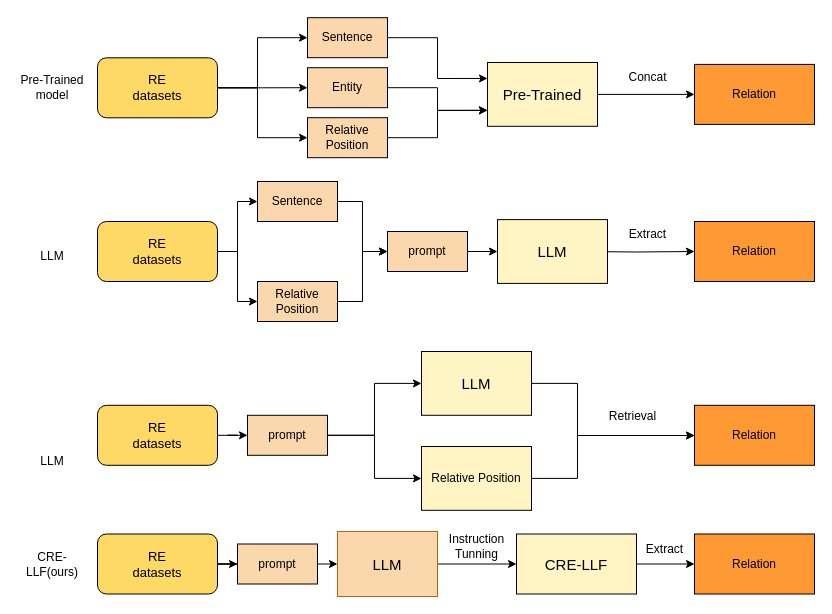
Before: Figure1.drawio in SkyuForever/CRE-LLM, a draw.io diagram. Source tidied: cells renumbered, new cells numbered last; positions are measured from the earlier drawing's top-left corner, leaving out a move shared by most shapes. Both pictures are drawn from the tidied source at 100%, with x=0, y=0 at pixel (17, 17).
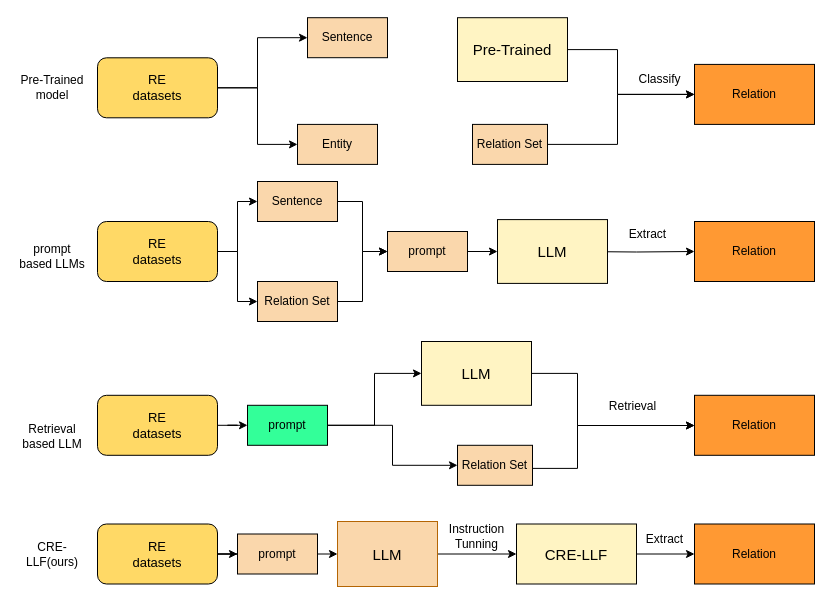
After the change.

Unchanged cells that the change refers to:
```xml
<mxCell id="12" value="&lt;font style=&quot;font-size: 13px;&quot;&gt;RE&lt;br&gt;datasets&lt;/font&gt;" style="rounded=1;whiteSpace=wrap;html=1;fillColor=#FFD966;gradientColor=none;" parent="1" vertex="1">
  <mxGeometry x="80" y="40.3" width="120" height="60" as="geometry" />
</mxCell>
<mxCell id="14" value="Sentence" style="rounded=0;whiteSpace=wrap;html=1;fillColor=#FAD7AC;strokeColor=#000000;" parent="1" vertex="1">
  <mxGeometry x="290" y="0.2" width="80" height="40" as="geometry" />
</mxCell>
<mxCell id="21" value="Relation" style="whiteSpace=wrap;html=1;rounded=0;fillColor=#FF9933;" parent="1" vertex="1">
  <mxGeometry x="677" y="46.9" width="120" height="60" as="geometry" />
</mxCell>
```

The edit, as a diff of the source:
```diff
@@
     <mxCell id="3" value="&lt;font style=&quot;font-size: 13px;&quot;&gt;RE&lt;br&gt;datasets&lt;/font&gt;" style="rounded=1;whiteSpace=wrap;html=1;fillColor=#FFD966;gradientColor=none;" parent="1" vertex="1">
-      <mxGeometry x="80" y="516.5" width="120" height="60" as="geometry" />
+      <mxGeometry x="80" y="506.5" width="120" height="60" as="geometry" />
     </mxCell>
     <mxCell id="4" value="&lt;font style=&quot;font-size: 12px;&quot;&gt;Instruction &lt;br&gt;Tunning&lt;/font&gt;" style="text;html=1;align=center;verticalAlign=middle;strokeColor=none;fillColor=none;" parent="1" vertex="1">
-      <mxGeometry x="419" y="509" width="80" height="40" as="geometry" />
+      <mxGeometry x="419" y="499" width="80" height="40" as="geometry" />
     </mxCell>
@@
     <mxCell id="6" value="&lt;font style=&quot;font-size: 15px;&quot;&gt;CRE-LLF&lt;/font&gt;" style="rounded=0;whiteSpace=wrap;html=1;fillColor=#FFF4C3;" parent="1" vertex="1">
-      <mxGeometry x="499" y="516.5" width="120" height="60" as="geometry" />
+      <mxGeometry x="499" y="506.5" width="120" height="60" as="geometry" />
     </mxCell>
     <mxCell id="7" value="CRE-LLF(ours)" style="text;html=1;strokeColor=none;fillColor=none;align=center;verticalAlign=middle;whiteSpace=wrap;rounded=0;" parent="1" vertex="1">
-      <mxGeometry y="531.5" width="70" height="30" as="geometry" />
+      <mxGeometry y="521.5" width="70" height="30" as="geometry" />
     </mxCell>
@@
-    <mxCell id="10" style="edgeStyle=orthogonalEdgeStyle;rounded=0;jettySize=auto;html=1;exitX=1;exitY=0.5;exitDx=0;exitDy=0;" parent="1" edge="1" source="12" target="18">
-      <mxGeometry relative="1" as="geometry">
-        <Array as="points">
-          <mxPoint x="240" y="120.2" />
-        </Array>
-      </mxGeometry>
-    </mxCell>
@@
-    <mxCell id="13" style="edgeStyle=orthogonalEdgeStyle;rounded=0;jettySize=auto;html=1;exitX=1;exitY=0.5;exitDx=0;exitDy=0;entryX=0;entryY=0.25;entryDx=0;entryDy=0;" parent="1" edge="1" source="14" target="20">
-      <mxGeometry relative="1" as="geometry" />
-    </mxCell>
@@
-    <mxCell id="15" style="edgeStyle=orthogonalEdgeStyle;rounded=0;jettySize=auto;html=1;exitX=1;exitY=0.5;exitDx=0;exitDy=0;entryX=0;entryY=0.75;entryDx=0;entryDy=0;" parent="1" edge="1" source="16" target="20">
-      <mxGeometry relative="1" as="geometry" />
-    </mxCell>
     <mxCell id="16" value="Entity" style="rounded=0;whiteSpace=wrap;html=1;fillColor=#FAD7AC;" parent="1" vertex="1">
-      <mxGeometry x="290" y="50.2" width="80" height="40" as="geometry" />
+      <mxGeometry x="280" y="106.9" width="80" height="40" as="geometry" />
     </mxCell>
-    <mxCell id="17" style="edgeStyle=orthogonalEdgeStyle;rounded=0;jettySize=auto;html=1;exitX=1;exitY=0.5;exitDx=0;exitDy=0;entryX=0;entryY=0.75;entryDx=0;entryDy=0;" parent="1" edge="1" source="18" target="20">
-      <mxGeometry relative="1" as="geometry" />
-    </mxCell>
-    <mxCell id="18" value="Relative Position" style="rounded=0;whiteSpace=wrap;html=1;fillColor=#FAD7AC;" parent="1" vertex="1">
-      <mxGeometry x="290" y="100.2" width="80" height="40" as="geometry" />
-    </mxCell>
     <mxCell id="19" style="edgeStyle=orthogonalEdgeStyle;rounded=0;jettySize=auto;html=1;exitX=1;exitY=0.5;exitDx=0;exitDy=0;entryX=0;entryY=0.5;entryDx=0;entryDy=0;" parent="1" edge="1" source="20" target="21">
-      <mxGeometry relative="1" as="geometry" />
+      <mxGeometry relative="1" as="geometry">
+        <Array as="points">
+          <mxPoint x="600" y="32" />
+          <mxPoint x="600" y="77" />
+        </Array>
+      </mxGeometry>
     </mxCell>
     <mxCell id="20" value="&lt;span style=&quot;font-size: 15px;&quot;&gt;Pre-Trained&lt;/span&gt;" style="rounded=0;whiteSpace=wrap;html=1;fillColor=#FFF4C3;" parent="1" vertex="1">
-      <mxGeometry x="470" y="45" width="110" height="63.8" as="geometry" />
+      <mxGeometry x="440" y="0.2" width="110" height="63.8" as="geometry" />
     </mxCell>
@@
-    <mxCell id="22" value="Concat" style="text;html=1;align=center;verticalAlign=middle;strokeColor=none;fillColor=none;" parent="1" vertex="1">
-      <mxGeometry x="600" y="45" width="60" height="30" as="geometry" />
+    <mxCell id="22" value="Classify" style="text;html=1;align=center;verticalAlign=middle;strokeColor=none;fillColor=none;" parent="1" vertex="1">
+      <mxGeometry x="607" y="46.9" width="70" height="30" as="geometry" />
     </mxCell>
     <mxCell id="23" value="Relation" style="whiteSpace=wrap;html=1;fillColor=#FF9933;rounded=0;" parent="1" vertex="1">
-      <mxGeometry x="677" y="516.5" width="120" height="60" as="geometry" />
+      <mxGeometry x="677" y="506.5" width="120" height="60" as="geometry" />
     </mxCell>
@@
-    <mxCell id="30" value="Relative Position" style="rounded=0;whiteSpace=wrap;html=1;fillColor=#FAD7AC;" parent="1" vertex="1">
+    <mxCell id="30" value="Relation Set" style="rounded=0;whiteSpace=wrap;html=1;fillColor=#FAD7AC;" parent="1" vertex="1">
       <mxGeometry x="240" y="264" width="80" height="40" as="geometry" />
     </mxCell>
@@
     <mxCell id="37" value="&lt;font style=&quot;font-size: 15px;&quot;&gt;LLM&lt;/font&gt;" style="rounded=0;whiteSpace=wrap;html=1;fillColor=#fad7ac;strokeColor=#b46504;" parent="1" vertex="1">
-      <mxGeometry x="320" y="514" width="100" height="65" as="geometry" />
+      <mxGeometry x="320" y="504" width="100" height="65" as="geometry" />
     </mxCell>
@@
     <mxCell id="39" value="prompt" style="rounded=0;whiteSpace=wrap;html=1;fillColor=#FAD7AC;" parent="1" vertex="1">
-      <mxGeometry x="220" y="526.5" width="80" height="40" as="geometry" />
+      <mxGeometry x="220" y="516.5" width="80" height="40" as="geometry" />
     </mxCell>
-    <mxCell id="40" value="LLM" style="text;html=1;strokeColor=none;fillColor=none;align=center;verticalAlign=middle;whiteSpace=wrap;rounded=0;" parent="1" vertex="1">
+    <mxCell id="40" value="prompt based LLMs" style="text;html=1;strokeColor=none;fillColor=none;align=center;verticalAlign=middle;whiteSpace=wrap;rounded=0;" parent="1" vertex="1">
       <mxGeometry y="224" width="70" height="30" as="geometry" />
     </mxCell>
@@
     <mxCell id="43" value="&lt;font style=&quot;font-size: 13px;&quot;&gt;RE&lt;br&gt;datasets&lt;/font&gt;" style="rounded=1;whiteSpace=wrap;html=1;fillColor=#FFD966;gradientColor=none;" parent="1" vertex="1">
-      <mxGeometry x="80" y="387.8" width="120" height="60" as="geometry" />
+      <mxGeometry x="80" y="377.8" width="120" height="60" as="geometry" />
     </mxCell>
     <mxCell id="44" value="Relation" style="whiteSpace=wrap;html=1;rounded=0;fillColor=#FF9933;" parent="1" vertex="1">
-      <mxGeometry x="677" y="387.8" width="120" height="60" as="geometry" />
+      <mxGeometry x="677" y="377.8" width="120" height="60" as="geometry" />
     </mxCell>
-    <mxCell id="45" style="edgeStyle=orthogonalEdgeStyle;rounded=0;jettySize=auto;html=1;exitX=1;exitY=0.5;exitDx=0;exitDy=0;entryX=0;entryY=0.5;entryDx=0;entryDy=0;" parent="1" edge="1" source="47" target="53">
-      <mxGeometry relative="1" as="geometry" />
-    </mxCell>
@@
+    <mxCell id="55" style="edgeStyle=orthogonalEdgeStyle;rounded=0;jettySize=auto;html=1;exitX=1;exitY=0.5;exitDx=0;exitDy=0;entryX=0;entryY=0.5;entryDx=0;entryDy=0;" parent="1" edge="1" source="47" target="58">
+      <mxGeometry relative="1" as="geometry" />
+    </mxCell>
-    <mxCell id="47" value="prompt" style="rounded=0;whiteSpace=wrap;html=1;fillColor=#FAD7AC;" parent="1" vertex="1">
-      <mxGeometry x="230" y="397.8" width="80" height="40" as="geometry" />
+    <mxCell id="47" value="prompt" style="rounded=0;whiteSpace=wrap;html=1;fillColor=#33FF99;" parent="1" vertex="1">
+      <mxGeometry x="230" y="387.8" width="80" height="40" as="geometry" />
     </mxCell>
-    <mxCell id="48" value="LLM" style="text;html=1;strokeColor=none;fillColor=none;align=center;verticalAlign=middle;whiteSpace=wrap;rounded=0;" parent="1" vertex="1">
-      <mxGeometry y="429" width="70" height="30" as="geometry" />
+    <mxCell id="48" value="Retrieval based LLM" style="text;html=1;strokeColor=none;fillColor=none;align=center;verticalAlign=middle;whiteSpace=wrap;rounded=0;" parent="1" vertex="1">
+      <mxGeometry y="404" width="70" height="30" as="geometry" />
     </mxCell>
     <mxCell id="49" value="Retrieval" style="text;html=1;align=center;verticalAlign=middle;strokeColor=none;fillColor=none;" parent="1" vertex="1">
-      <mxGeometry x="580" y="384" width="70" height="30" as="geometry" />
+      <mxGeometry x="580" y="374" width="70" height="30" as="geometry" />
     </mxCell>
     <mxCell id="50" style="edgeStyle=orthogonalEdgeStyle;rounded=0;jettySize=auto;html=1;exitX=1;exitY=0.5;exitDx=0;exitDy=0;" parent="1" edge="1" source="51" target="44">
       <mxGeometry relative="1" as="geometry">
         <Array as="points">
-          <mxPoint x="560" y="366" />
-          <mxPoint x="560" y="418" />
+          <mxPoint x="560" y="356" />
+          <mxPoint x="560" y="408" />
         </Array>
       </mxGeometry>
     </mxCell>
     <mxCell id="51" value="&lt;font style=&quot;font-size: 15px;&quot;&gt;LLM&lt;/font&gt;" style="rounded=0;whiteSpace=wrap;html=1;fillColor=#FFF4C3;" parent="1" vertex="1">
-      <mxGeometry x="404" y="334" width="110" height="63.8" as="geometry" />
+      <mxGeometry x="404" y="324" width="110" height="63.8" as="geometry" />
     </mxCell>
-    <mxCell id="52" style="edgeStyle=orthogonalEdgeStyle;rounded=0;jettySize=auto;html=1;exitX=1;exitY=0.5;exitDx=0;exitDy=0;" parent="1" edge="1" source="53" target="44">
+    <mxCell id="52" style="edgeStyle=orthogonalEdgeStyle;rounded=0;jettySize=auto;html=1;exitX=1;exitY=0.5;exitDx=0;exitDy=0;" parent="1" edge="1" target="44">
       <mxGeometry relative="1" as="geometry">
+        <mxPoint x="514" y="450.9" as="sourcePoint" />
         <Array as="points">
-          <mxPoint x="560" y="461" />
-          <mxPoint x="560" y="418" />
+          <mxPoint x="560" y="451" />
+          <mxPoint x="560" y="408" />
         </Array>
       </mxGeometry>
     </mxCell>
-    <mxCell id="53" value="Relative Position" style="rounded=0;whiteSpace=wrap;html=1;fillColor=#FFF4C3;" parent="1" vertex="1">
-      <mxGeometry x="404" y="429" width="110" height="63.8" as="geometry" />
-    </mxCell>
     <mxCell id="54" value="Extract" style="text;html=1;align=center;verticalAlign=middle;strokeColor=none;fillColor=none;" parent="1" vertex="1">
-      <mxGeometry x="617" y="516.5" width="60" height="30" as="geometry" />
+      <mxGeometry x="617" y="506.5" width="60" height="30" as="geometry" />
     </mxCell>
+    <mxCell id="56" style="edgeStyle=orthogonalEdgeStyle;rounded=0;jettySize=auto;html=1;entryX=0;entryY=0.5;entryDx=0;entryDy=0;" parent="1" edge="1" source="57" target="21">
+      <mxGeometry relative="1" as="geometry">
+        <Array as="points">
+          <mxPoint x="600" y="127" />
+          <mxPoint x="600" y="77" />
+        </Array>
+      </mxGeometry>
+    </mxCell>
+    <mxCell id="57" value="Relation Set" style="rounded=0;whiteSpace=wrap;html=1;fillColor=#FAD7AC;" parent="1" vertex="1">
+      <mxGeometry x="455" y="106.9" width="75" height="40" as="geometry" />
+    </mxCell>
+    <mxCell id="58" value="Relation Set" style="rounded=0;whiteSpace=wrap;html=1;fillColor=#FAD7AC;" parent="1" vertex="1">
+      <mxGeometry x="440" y="427.8" width="75" height="40" as="geometry" />
+    </mxCell>
```
